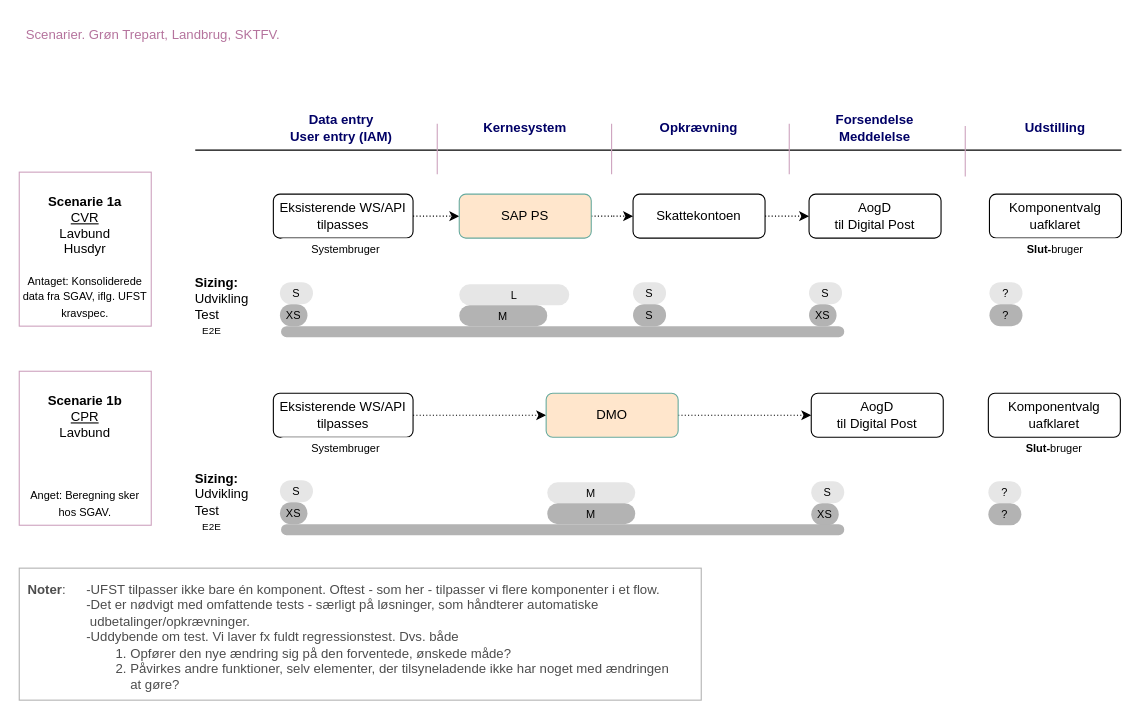
The draw.io diagram page "Page-1" (1 of 2) of Flow UFST size.drawio in Zaladk/drawio, before the edit. Source tidied: cells renumbered, new cells numbered last; positions are measured from the earlier drawing's top-left corner, leaving out a move shared by most shapes. Both pictures are drawn from the tidied source at 110%, with x=0, y=0 at pixel (19, 19).
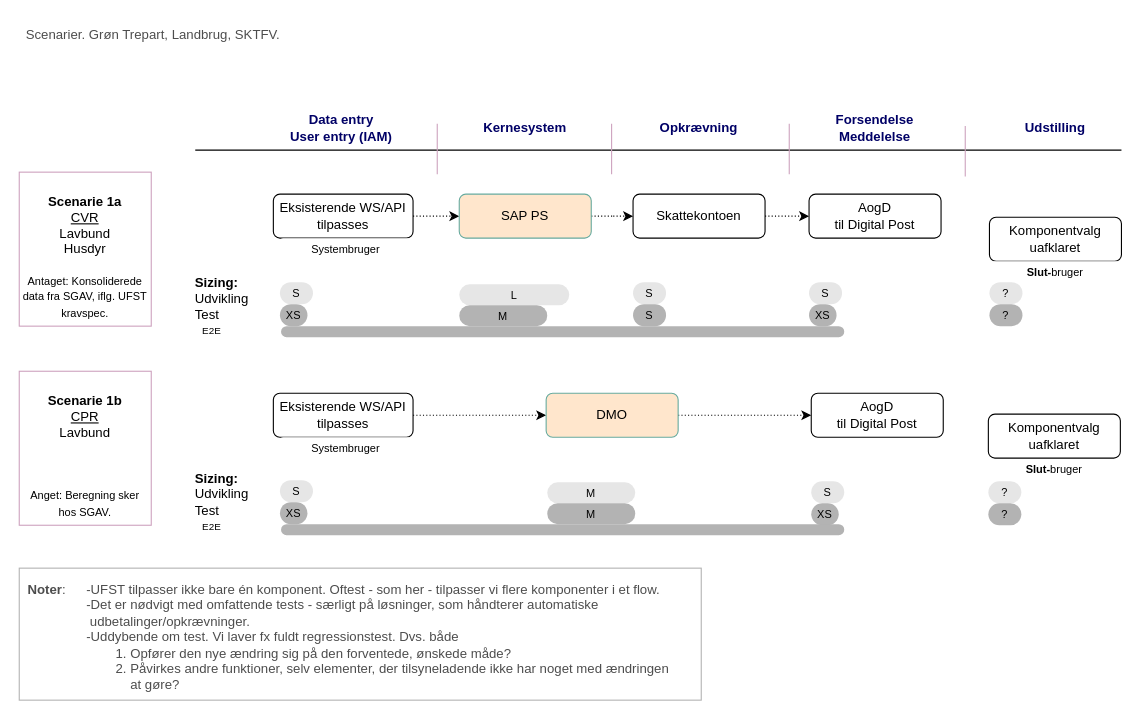
After the change.

What changed in the source:
```diff
@@
     <mxCell id="14" value="Komponentvalg&lt;div&gt;uafklaret&lt;/div&gt;" style="rounded=1;whiteSpace=wrap;html=1;" parent="1" vertex="1">
-      <mxGeometry x="882" y="159" width="120" height="40" as="geometry" />
+      <mxGeometry x="882" y="180" width="120" height="40" as="geometry" />
     </mxCell>
@@
     <mxCell id="21" value="&lt;font style=&quot;font-size: 10px;&quot;&gt;&lt;b&gt;Slut-&lt;/b&gt;bruger&lt;/font&gt;" style="rounded=1;whiteSpace=wrap;html=1;fontSize=9;strokeColor=none;" parent="1" vertex="1">
-      <mxGeometry x="882" y="199" width="120" height="20" as="geometry" />
+      <mxGeometry x="882" y="220" width="120" height="20" as="geometry" />
     </mxCell>
@@
     <mxCell id="24" value="&lt;font style=&quot;font-size: 10px;&quot;&gt;&lt;b&gt;Slut-&lt;/b&gt;bruger&lt;/font&gt;" style="rounded=1;whiteSpace=wrap;html=1;fontSize=9;strokeColor=none;" parent="1" vertex="1">
-      <mxGeometry x="881" y="380" width="120" height="20" as="geometry" />
+      <mxGeometry x="881" y="399" width="120" height="20" as="geometry" />
     </mxCell>
     <mxCell id="25" value="Komponentvalg&lt;div&gt;uafklaret&lt;/div&gt;" style="rounded=1;whiteSpace=wrap;html=1;" parent="1" vertex="1">
-      <mxGeometry x="881" y="340" width="120" height="40" as="geometry" />
+      <mxGeometry x="881" y="359" width="120" height="40" as="geometry" />
     </mxCell>
@@
-    <mxCell id="46" value="&lt;font style=&quot;color: rgb(181, 115, 157);&quot;&gt;&amp;nbsp;Scenarier. Grøn Trepart, Landbrug, SKTFV.&lt;/font&gt;" style="rounded=0;whiteSpace=wrap;html=1;dashed=1;dashPattern=1 2;align=left;verticalAlign=top;strokeColor=none;" parent="1" vertex="1">
+    <mxCell id="46" value="&lt;font style=&quot;color: rgb(77, 77, 77);&quot;&gt;&amp;nbsp;Scenarier. Grøn Trepart, Landbrug, SKTFV.&lt;/font&gt;" style="rounded=0;whiteSpace=wrap;html=1;dashed=1;dashPattern=1 2;align=left;verticalAlign=top;strokeColor=none;" parent="1" vertex="1">
       <mxGeometry x="1" width="620" height="38" as="geometry" />
     </mxCell>
```
